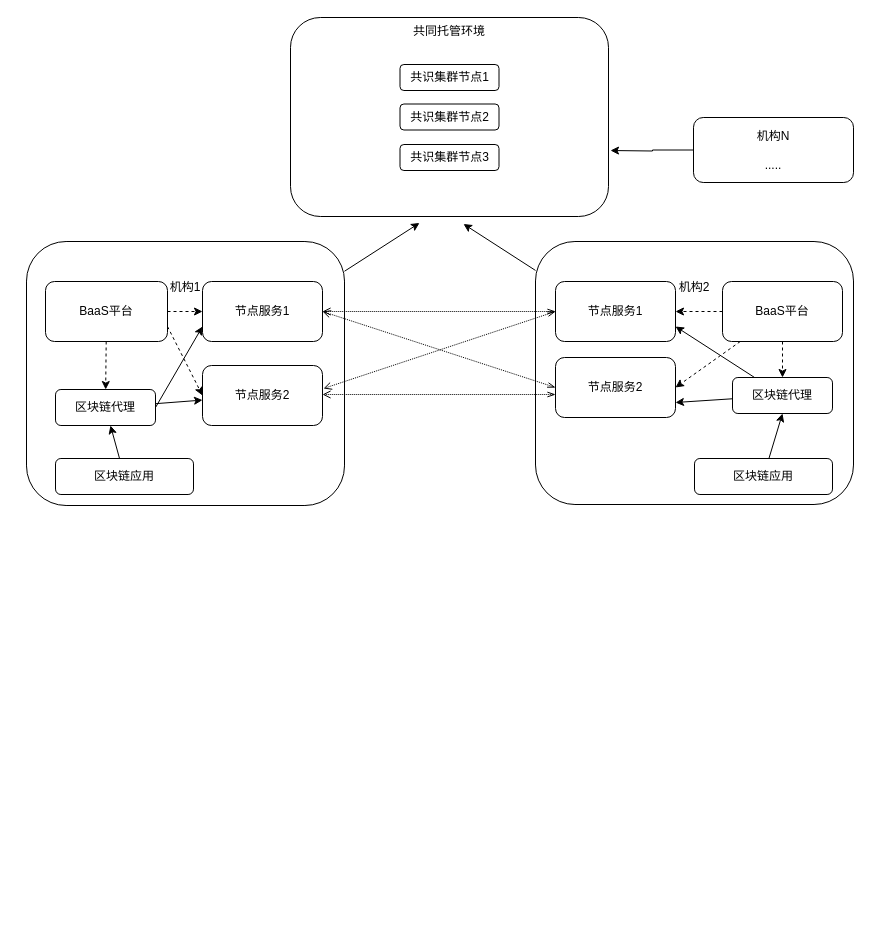
Above: repository/drawio/未命名表单.drawio in dilide/collections (draw.io), before the change. Source tidied: cells renumbered, new cells numbered last; positions are measured from the earlier drawing's top-left corner, leaving out a move shared by most shapes. Both pictures are drawn from the tidied source at 100%, with x=0, y=0 at pixel (26, 17).
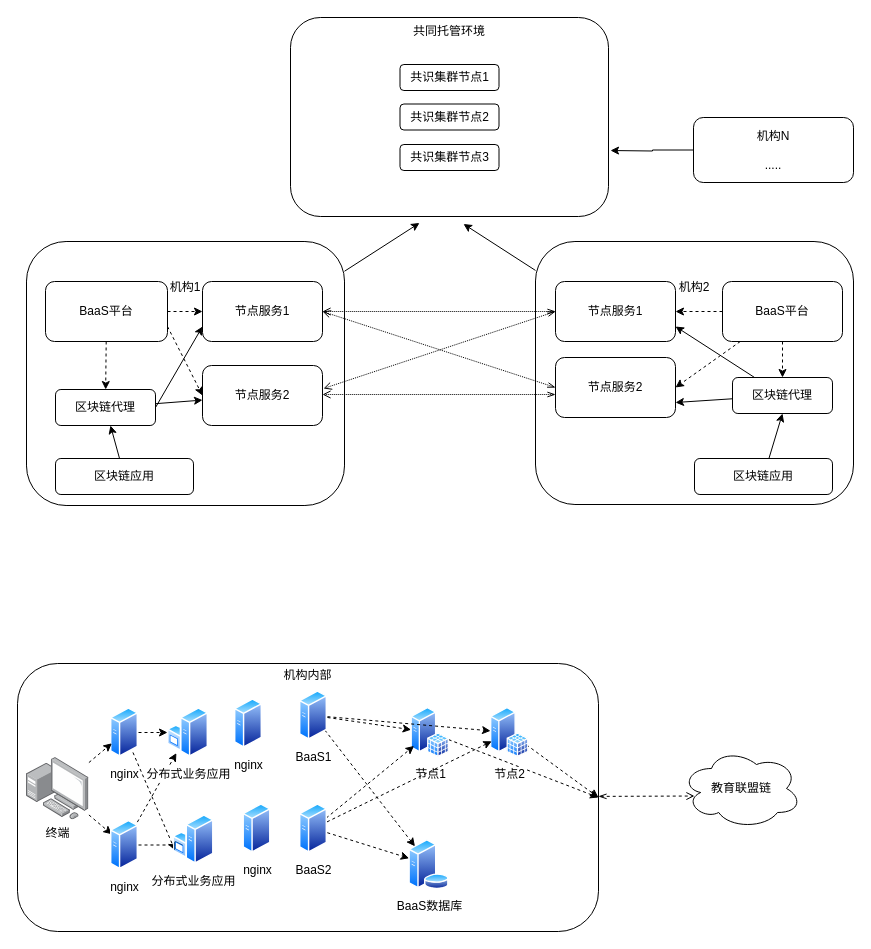
The same page after the edit.

Commit message:
教育区块链网络.drawio

Diff of the diagram source:
```diff
@@
+    <mxCell id="38" style="edgeStyle=none;rounded=1;jettySize=auto;html=1;entryX=0.108;entryY=0.594;entryDx=0;entryDy=0;entryPerimeter=0;dashed=1;startArrow=openThin;startFill=0;endArrow=open;endFill=0;" parent="1" edge="1" source="39" target="46">
+      <mxGeometry relative="1" as="geometry" />
+    </mxCell>
+    <mxCell id="39" value="机构内部&lt;br&gt;&lt;br&gt;&lt;br&gt;&lt;br&gt;&lt;br&gt;&lt;br&gt;&lt;br&gt;&lt;br&gt;&lt;br&gt;&lt;br&gt;&lt;br&gt;&lt;br&gt;&lt;br&gt;&lt;br&gt;&lt;br&gt;&lt;br&gt;&lt;br&gt;&lt;br&gt;" style="rounded=1;whiteSpace=wrap;html=1;" parent="1" vertex="1">
+      <mxGeometry x="-9" y="646" width="581" height="268" as="geometry" />
+    </mxCell>
@@
+    <mxCell id="40" style="edgeStyle=none;rounded=1;jettySize=auto;html=1;entryX=1;entryY=0.5;entryDx=0;entryDy=0;dashed=1;startArrow=none;startFill=0;endArrow=classic;endFill=1;" parent="1" edge="1" source="41" target="39">
+      <mxGeometry relative="1" as="geometry" />
+    </mxCell>
+    <mxCell id="41" value="节点1" style="perimeter=ellipsePerimeter;html=1;align=center;shadow=0;dashed=0;spacingTop=3;image;image=img/lib/active_directory/sql_server.svg;" parent="1" vertex="1">
+      <mxGeometry x="384.5" y="690" width="38.5" height="50" as="geometry" />
+    </mxCell>
+    <mxCell id="42" value="BaaS数据库" style="perimeter=ellipsePerimeter;html=1;align=center;shadow=0;dashed=0;spacingTop=3;image;image=img/lib/active_directory/database_server.svg;" parent="1" vertex="1">
+      <mxGeometry x="382" y="822" width="41" height="50" as="geometry" />
+    </mxCell>
+    <mxCell id="43" style="edgeStyle=none;rounded=1;jettySize=auto;html=1;dashed=1;startArrow=none;startFill=0;endArrow=classic;endFill=1;" parent="1" edge="1" source="45" target="53">
+      <mxGeometry relative="1" as="geometry" />
+    </mxCell>
+    <mxCell id="44" style="edgeStyle=none;rounded=1;jettySize=auto;html=1;entryX=0;entryY=0.75;entryDx=0;entryDy=0;dashed=1;startArrow=none;startFill=0;endArrow=classic;endFill=1;" parent="1" edge="1" source="45" target="54">
+      <mxGeometry relative="1" as="geometry" />
+    </mxCell>
+    <mxCell id="45" value="nginx" style="perimeter=ellipsePerimeter;html=1;align=center;shadow=0;dashed=0;spacingTop=3;image;image=img/lib/active_directory/generic_server.svg;" parent="1" vertex="1">
+      <mxGeometry x="84" y="690" width="28" height="50" as="geometry" />
+    </mxCell>
+    <mxCell id="46" value="教育联盟链" style="ellipse;shape=cloud;whiteSpace=wrap;html=1;" parent="1" vertex="1">
+      <mxGeometry x="655" y="731" width="120" height="80" as="geometry" />
+    </mxCell>
+    <mxCell id="47" style="edgeStyle=none;rounded=1;jettySize=auto;html=1;entryX=0;entryY=0.75;entryDx=0;entryDy=0;dashed=1;startArrow=none;startFill=0;endArrow=classic;endFill=1;" parent="1" edge="1" source="49" target="45">
+      <mxGeometry relative="1" as="geometry" />
+    </mxCell>
+    <mxCell id="48" style="edgeStyle=none;rounded=1;jettySize=auto;html=1;dashed=1;startArrow=none;startFill=0;endArrow=classic;endFill=1;" parent="1" edge="1" source="49" target="52">
+      <mxGeometry relative="1" as="geometry" />
+    </mxCell>
+    <mxCell id="49" value="终端" style="points=[];html=1;align=center;shadow=0;dashed=0;image;image=img/lib/allied_telesis/computer_and_terminals/Personal_Computer_with_Server.svg;" parent="1" vertex="1">
+      <mxGeometry y="740" width="62.4" height="62.4" as="geometry" />
+    </mxCell>
+    <mxCell id="50" style="edgeStyle=none;rounded=1;jettySize=auto;html=1;dashed=1;startArrow=none;startFill=0;endArrow=classic;endFill=1;" parent="1" edge="1" source="52">
+      <mxGeometry relative="1" as="geometry">
+        <mxPoint x="157" y="827.5" as="targetPoint" />
+      </mxGeometry>
+    </mxCell>
+    <mxCell id="51" style="edgeStyle=none;rounded=1;jettySize=auto;html=1;dashed=1;startArrow=none;startFill=0;endArrow=classic;endFill=1;" parent="1" edge="1" source="52" target="53">
+      <mxGeometry relative="1" as="geometry" />
+    </mxCell>
+    <mxCell id="52" value="nginx" style="perimeter=ellipsePerimeter;html=1;align=center;shadow=0;dashed=0;spacingTop=3;image;image=img/lib/active_directory/generic_server.svg;" parent="1" vertex="1">
+      <mxGeometry x="84" y="802.5" width="28" height="50" as="geometry" />
+    </mxCell>
+    <mxCell id="53" value="分布式业务应用" style="perimeter=ellipsePerimeter;html=1;align=center;shadow=0;dashed=0;spacingTop=3;image;image=img/lib/active_directory/windows_server.svg;" parent="1" vertex="1">
+      <mxGeometry x="141" y="690" width="41" height="50" as="geometry" />
+    </mxCell>
+    <mxCell id="54" value="分布式业务应用" style="perimeter=ellipsePerimeter;html=1;align=center;shadow=0;dashed=0;spacingTop=3;image;image=img/lib/active_directory/windows_server.svg;" parent="1" vertex="1">
+      <mxGeometry x="146.5" y="797" width="41" height="50" as="geometry" />
+    </mxCell>
+    <mxCell id="55" style="edgeStyle=none;rounded=1;jettySize=auto;html=1;entryX=1;entryY=0.5;entryDx=0;entryDy=0;dashed=1;startArrow=none;startFill=0;endArrow=classic;endFill=1;" parent="1" edge="1" source="56" target="39">
+      <mxGeometry relative="1" as="geometry" />
+    </mxCell>
+    <mxCell id="56" value="节点2" style="perimeter=ellipsePerimeter;html=1;align=center;shadow=0;dashed=0;spacingTop=3;image;image=img/lib/active_directory/sql_server.svg;" parent="1" vertex="1">
+      <mxGeometry x="464" y="690" width="38.5" height="50" as="geometry" />
+    </mxCell>
+    <mxCell id="57" style="edgeStyle=none;rounded=1;jettySize=auto;html=1;dashed=1;startArrow=none;startFill=0;endArrow=classic;endFill=1;" parent="1" edge="1" source="60" target="41">
+      <mxGeometry relative="1" as="geometry" />
+    </mxCell>
+    <mxCell id="58" style="edgeStyle=none;rounded=1;jettySize=auto;html=1;dashed=1;startArrow=none;startFill=0;endArrow=classic;endFill=1;" parent="1" edge="1" source="60" target="56">
+      <mxGeometry relative="1" as="geometry" />
+    </mxCell>
+    <mxCell id="59" style="edgeStyle=none;rounded=1;jettySize=auto;html=1;dashed=1;startArrow=none;startFill=0;endArrow=classic;endFill=1;" parent="1" edge="1" source="60" target="42">
+      <mxGeometry relative="1" as="geometry" />
+    </mxCell>
+    <mxCell id="60" value="BaaS1" style="perimeter=ellipsePerimeter;html=1;align=center;shadow=0;dashed=0;spacingTop=3;image;image=img/lib/active_directory/generic_server.svg;" parent="1" vertex="1">
+      <mxGeometry x="273" y="673" width="28" height="50" as="geometry" />
+    </mxCell>
+    <mxCell id="61" style="edgeStyle=none;rounded=1;jettySize=auto;html=1;dashed=1;startArrow=none;startFill=0;endArrow=classic;endFill=1;" parent="1" edge="1" source="64" target="41">
+      <mxGeometry relative="1" as="geometry" />
+    </mxCell>
+    <mxCell id="62" style="edgeStyle=none;rounded=1;jettySize=auto;html=1;dashed=1;startArrow=none;startFill=0;endArrow=classic;endFill=1;" parent="1" edge="1" source="64" target="56">
+      <mxGeometry relative="1" as="geometry" />
+    </mxCell>
+    <mxCell id="63" style="edgeStyle=none;rounded=1;jettySize=auto;html=1;dashed=1;startArrow=none;startFill=0;endArrow=classic;endFill=1;" parent="1" edge="1" source="64" target="42">
+      <mxGeometry relative="1" as="geometry" />
+    </mxCell>
+    <mxCell id="64" value="BaaS2" style="perimeter=ellipsePerimeter;html=1;align=center;shadow=0;dashed=0;spacingTop=3;image;image=img/lib/active_directory/generic_server.svg;" parent="1" vertex="1">
+      <mxGeometry x="273" y="786" width="28" height="50" as="geometry" />
+    </mxCell>
+    <mxCell id="65" value="nginx" style="perimeter=ellipsePerimeter;html=1;align=center;shadow=0;dashed=0;spacingTop=3;image;image=img/lib/active_directory/generic_server.svg;" parent="1" vertex="1">
+      <mxGeometry x="208" y="681" width="28" height="50" as="geometry" />
+    </mxCell>
+    <mxCell id="66" value="nginx" style="perimeter=ellipsePerimeter;html=1;align=center;shadow=0;dashed=0;spacingTop=3;image;image=img/lib/active_directory/generic_server.svg;" parent="1" vertex="1">
+      <mxGeometry x="216.5" y="786" width="28" height="50" as="geometry" />
+    </mxCell>
```
